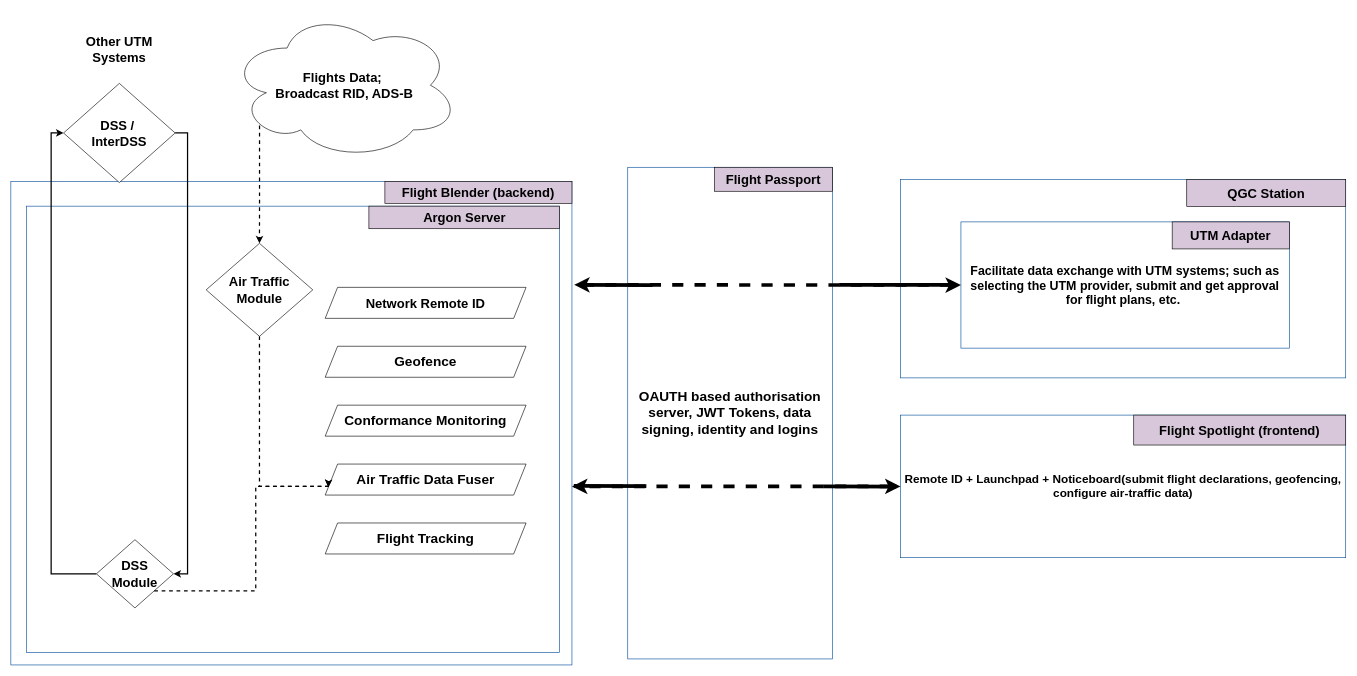
Before: UTM-full-system.drawio in madatr/UTM-Diagrams, a draw.io diagram. Source tidied: cells renumbered, new cells numbered last; positions are measured from the earlier drawing's top-left corner, leaving out a move shared by most shapes. Both pictures are drawn from the tidied source at 62%, with x=0, y=0 at pixel (11, 11).
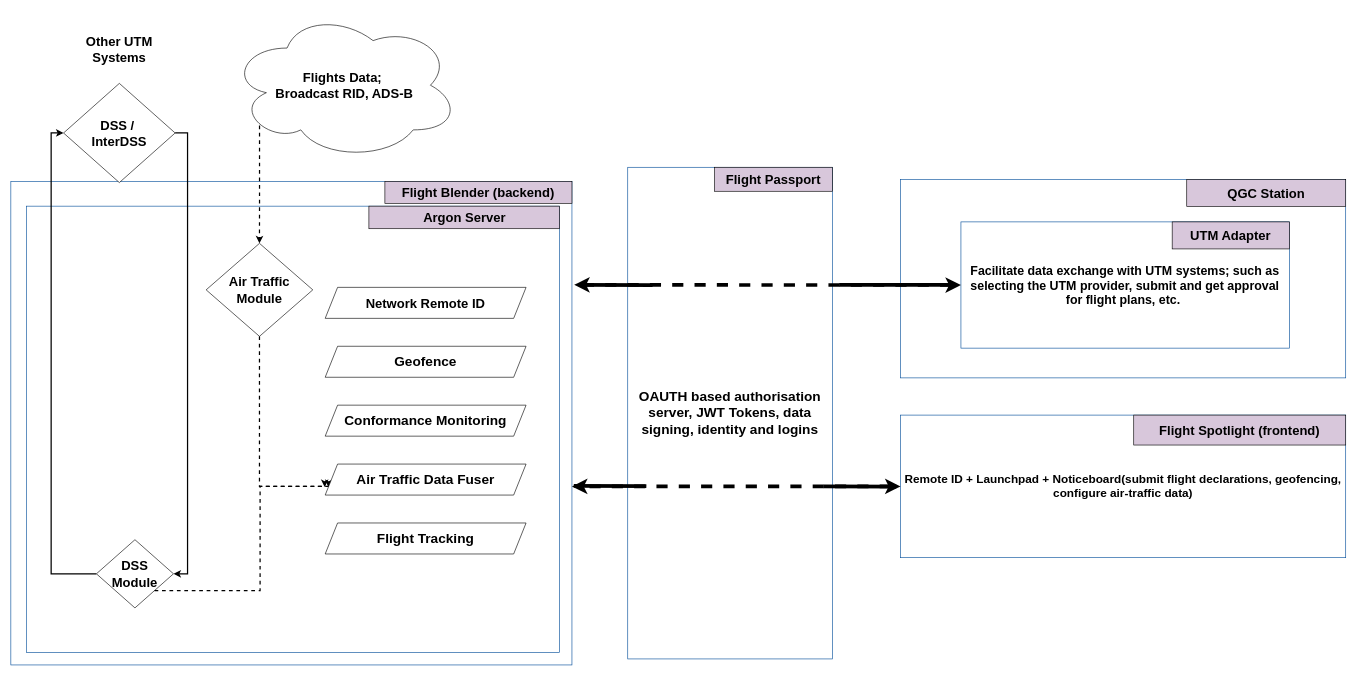
After the change.

Unchanged cells that the change refers to:
```xml
<mxCell id="29" value="&lt;font style=&quot;font-size: 21px;&quot;&gt;DSS Module&lt;/font&gt;" style="rhombus;whiteSpace=wrap;html=1;fontSize=15;fontStyle=1;" parent="1" vertex="1">
  <mxGeometry x="138" y="853" width="124.3" height="110" as="geometry" />
</mxCell>
<mxCell id="31" value="&lt;span style=&quot;font-size: 22px;&quot;&gt;Air Traffic Data Fuser&lt;/span&gt;" style="shape=parallelogram;perimeter=parallelogramPerimeter;whiteSpace=wrap;html=1;fixedSize=1;fontSize=22;fontStyle=1;" parent="1" vertex="1">
  <mxGeometry x="507" y="731" width="324" height="50" as="geometry" />
</mxCell>
```

What changed in the source:
```diff
@@
-    <mxCell id="32" style="edgeStyle=orthogonalEdgeStyle;rounded=0;jettySize=auto;html=1;exitX=1;exitY=1;exitDx=0;exitDy=0;entryX=0;entryY=0.75;entryDx=0;entryDy=0;strokeWidth=2;dashed=1;" parent="1" edge="1" source="29" target="31">
+    <mxCell id="32" style="edgeStyle=orthogonalEdgeStyle;rounded=0;jettySize=auto;html=1;entryX=0;entryY=0.75;entryDx=0;entryDy=0;strokeWidth=2;dashed=1;" parent="1" edge="1" source="29">
       <mxGeometry relative="1" as="geometry">
+        <mxPoint x="506.2" y="768.1" as="targetPoint" />
         <Array as="points">
-          <mxPoint x="395" y="936" />
-          <mxPoint x="395" y="767" />
+          <mxPoint x="402" y="935" />
+          <mxPoint x="402" y="767" />
+          <mxPoint x="506" y="767" />
         </Array>
       </mxGeometry>
     </mxCell>
```
